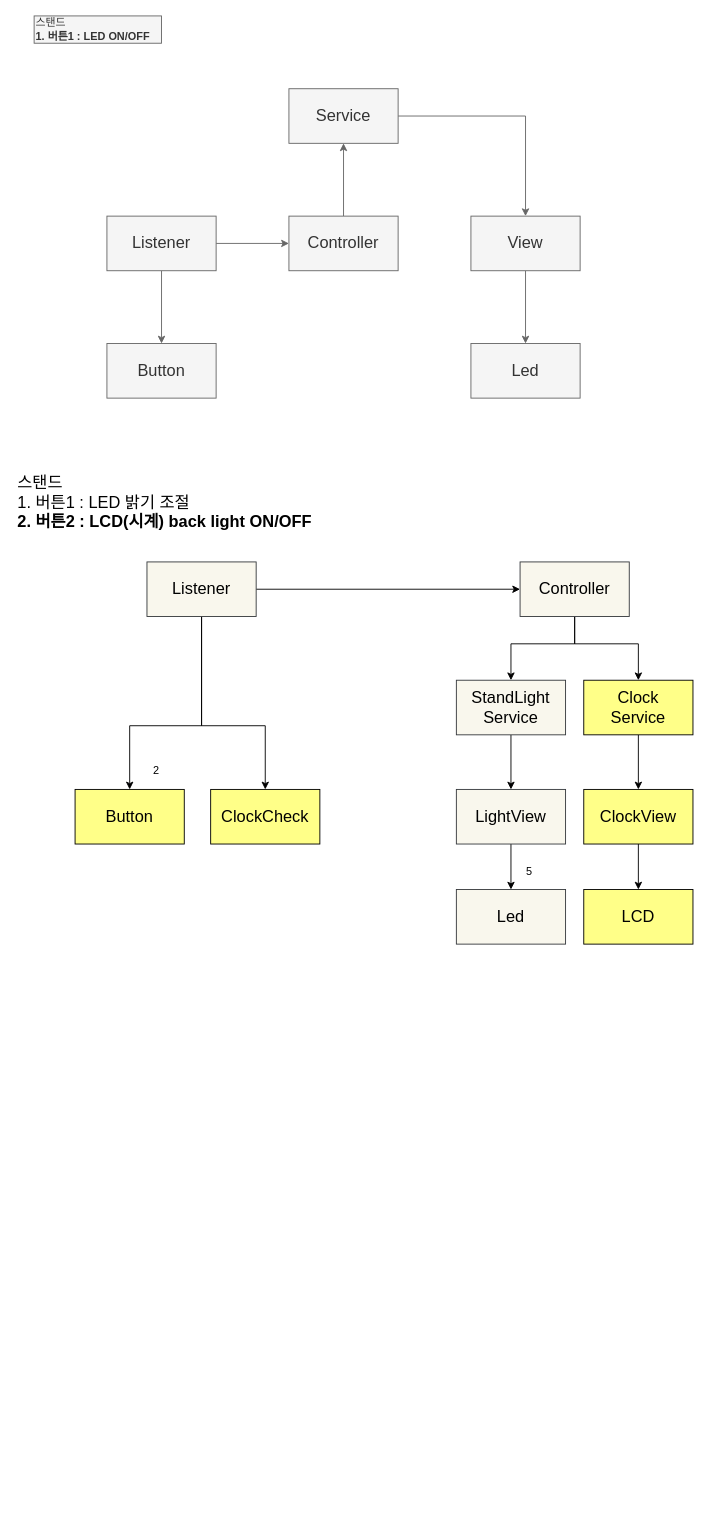
Above: page "페이지-1" (1 of 2) of sw_design/architecture.drawio in ena-log/StandLight_Clock (draw.io), before the change. Source tidied: cells renumbered, new cells numbered last; positions are measured from the earlier drawing's top-left corner, leaving out a move shared by most shapes. Both pictures are drawn from the tidied source at 91%, with x=0, y=0 at pixel (15, 15).
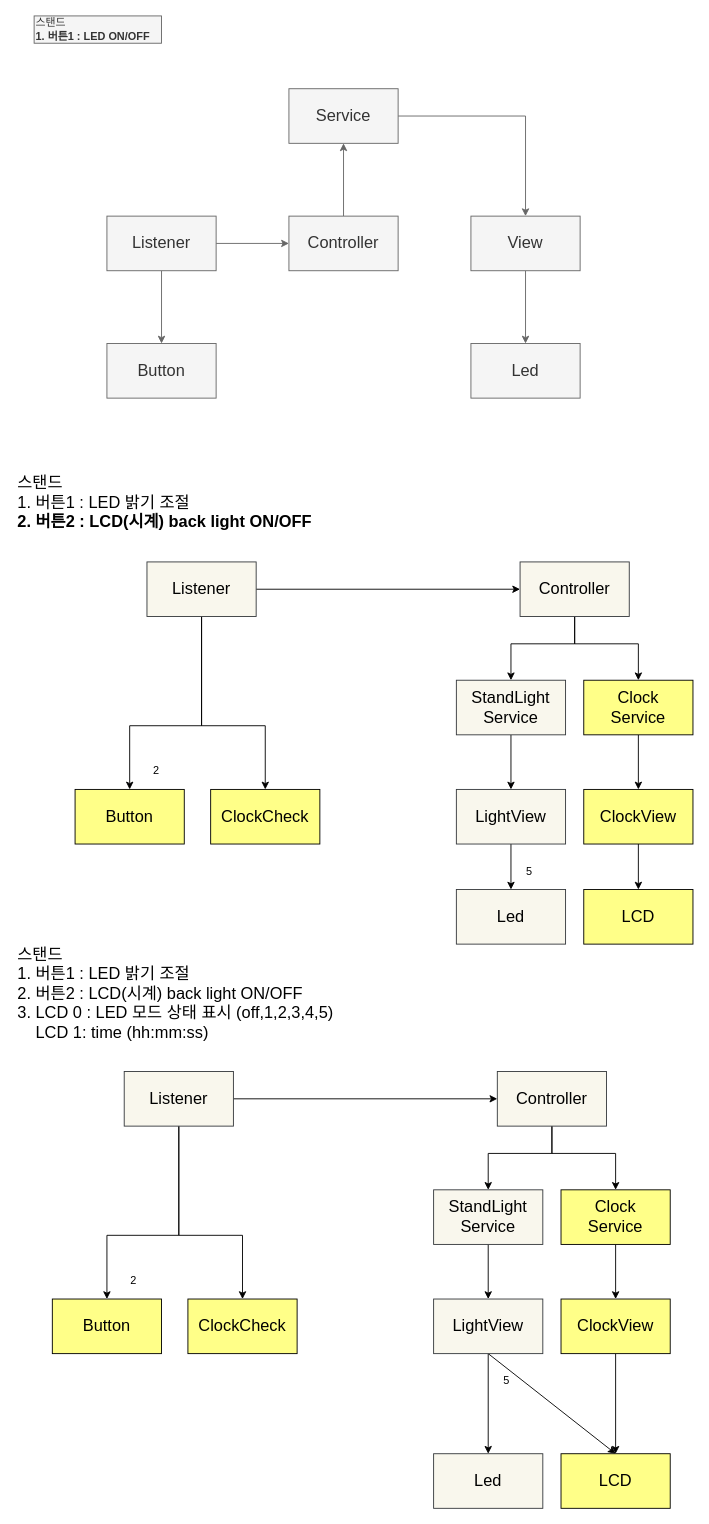
Above is the later version.

Diff of the diagram source:
```diff
@@
+    <mxCell id="36" value="Button" style="whiteSpace=wrap;html=1;fontSize=18;fillColor=#ffff88;strokeColor=#000000;fontColor=#000000;" parent="1" vertex="1">
+      <mxGeometry x="40" y="1410" width="120" height="60" as="geometry" />
+    </mxCell>
+    <mxCell id="37" style="edgeStyle=none;html=1;fontSize=18;entryX=0.5;entryY=0;entryDx=0;entryDy=0;rounded=0;fontColor=#000000;strokeColor=#000000;" parent="1" edge="1" source="40" target="36">
+      <mxGeometry relative="1" as="geometry">
+        <Array as="points">
+          <mxPoint x="179" y="1340" />
+          <mxPoint x="100" y="1340" />
+        </Array>
+      </mxGeometry>
+    </mxCell>
+    <mxCell id="38" style="edgeStyle=none;html=1;fontSize=18;strokeColor=#000000;" parent="1" edge="1" source="40" target="43">
+      <mxGeometry relative="1" as="geometry" />
+    </mxCell>
+    <mxCell id="39" style="edgeStyle=none;rounded=0;html=1;entryX=0.5;entryY=0;entryDx=0;entryDy=0;exitX=0.5;exitY=1;exitDx=0;exitDy=0;fontColor=#000000;strokeColor=#000000;" parent="1" edge="1" source="40" target="57">
+      <mxGeometry relative="1" as="geometry">
+        <Array as="points">
+          <mxPoint x="179" y="1340" />
+          <mxPoint x="249" y="1340" />
+        </Array>
+      </mxGeometry>
+    </mxCell>
+    <mxCell id="40" value="Listener" style="whiteSpace=wrap;html=1;fontSize=18;strokeColor=#36393d;fillColor=#f9f7ed;fontColor=#000000;" parent="1" vertex="1">
+      <mxGeometry x="119" y="1160" width="120" height="60" as="geometry" />
+    </mxCell>
+    <mxCell id="41" style="edgeStyle=none;html=1;entryX=0.5;entryY=0;entryDx=0;entryDy=0;rounded=0;strokeColor=#000000;" parent="1" edge="1" source="43" target="49">
+      <mxGeometry relative="1" as="geometry">
+        <Array as="points">
+          <mxPoint x="589" y="1250" />
+          <mxPoint x="519" y="1250" />
+        </Array>
+      </mxGeometry>
+    </mxCell>
+    <mxCell id="42" style="edgeStyle=none;rounded=0;html=1;entryX=0.5;entryY=0;entryDx=0;entryDy=0;strokeColor=#000000;" parent="1" edge="1" source="43" target="51">
+      <mxGeometry relative="1" as="geometry">
+        <Array as="points">
+          <mxPoint x="589" y="1250" />
+          <mxPoint x="659" y="1250" />
+        </Array>
+      </mxGeometry>
+    </mxCell>
+    <mxCell id="43" value="Controller" style="whiteSpace=wrap;html=1;fontSize=18;strokeColor=#36393d;fillColor=#f9f7ed;fontColor=#000000;" parent="1" vertex="1">
+      <mxGeometry x="529" y="1160" width="120" height="60" as="geometry" />
+    </mxCell>
+    <mxCell id="44" style="edgeStyle=none;html=1;fontSize=18;strokeColor=#000000;" parent="1" edge="1" source="46" target="47">
+      <mxGeometry relative="1" as="geometry" />
+    </mxCell>
+    <mxCell id="45" style="edgeStyle=none;html=1;exitX=0.5;exitY=1;exitDx=0;exitDy=0;entryX=0.5;entryY=0;entryDx=0;entryDy=0;strokeColor=#000000;" parent="1" edge="1" source="46" target="54">
+      <mxGeometry relative="1" as="geometry" />
+    </mxCell>
+    <mxCell id="46" value="LightView" style="whiteSpace=wrap;html=1;fontSize=18;strokeColor=#36393d;fillColor=#f9f7ed;fontColor=#000000;" parent="1" vertex="1">
+      <mxGeometry x="459" y="1410" width="120" height="60" as="geometry" />
+    </mxCell>
+    <mxCell id="47" value="Led" style="whiteSpace=wrap;html=1;fontSize=18;strokeColor=#36393d;fillColor=#f9f7ed;fontColor=#000000;" parent="1" vertex="1">
+      <mxGeometry x="459" y="1580" width="120" height="60" as="geometry" />
+    </mxCell>
+    <mxCell id="48" style="edgeStyle=none;html=1;strokeColor=#000000;" parent="1" edge="1" source="49" target="46">
+      <mxGeometry relative="1" as="geometry" />
+    </mxCell>
+    <mxCell id="49" value="StandLight&lt;br&gt;Service" style="whiteSpace=wrap;html=1;fontSize=18;strokeColor=#36393d;fillColor=#f9f7ed;fontColor=#000000;" parent="1" vertex="1">
+      <mxGeometry x="459" y="1290" width="120" height="60" as="geometry" />
+    </mxCell>
+    <mxCell id="50" style="edgeStyle=none;html=1;strokeColor=#000000;" parent="1" edge="1" source="51" target="53">
+      <mxGeometry relative="1" as="geometry" />
+    </mxCell>
+    <mxCell id="51" value="Clock&lt;br&gt;Service" style="whiteSpace=wrap;html=1;fontSize=18;fillColor=#ffff88;strokeColor=#000000;fontColor=#000000;" parent="1" vertex="1">
+      <mxGeometry x="599" y="1290" width="120" height="60" as="geometry" />
+    </mxCell>
+    <mxCell id="52" style="edgeStyle=none;html=1;strokeColor=#000000;" parent="1" edge="1" source="53" target="54">
+      <mxGeometry relative="1" as="geometry" />
+    </mxCell>
+    <mxCell id="53" value="ClockView" style="whiteSpace=wrap;html=1;fontSize=18;fillColor=#ffff88;strokeColor=#000000;fontColor=#000000;" parent="1" vertex="1">
+      <mxGeometry x="599" y="1410" width="120" height="60" as="geometry" />
+    </mxCell>
+    <mxCell id="54" value="LCD" style="whiteSpace=wrap;html=1;fontSize=18;fillColor=#ffff88;strokeColor=#000000;fontColor=#000000;" parent="1" vertex="1">
+      <mxGeometry x="599" y="1580" width="120" height="60" as="geometry" />
+    </mxCell>
+    <mxCell id="55" value="5" style="text;html=1;align=center;verticalAlign=middle;fillColor=none;rounded=0;fontColor=#000000;" parent="1" vertex="1">
+      <mxGeometry x="529" y="1490" width="20" height="20" as="geometry" />
+    </mxCell>
+    <mxCell id="56" value="2" style="text;html=1;align=center;verticalAlign=middle;fillColor=none;rounded=0;fontColor=#000000;" parent="1" vertex="1">
+      <mxGeometry x="119" y="1380" width="20" height="20" as="geometry" />
+    </mxCell>
+    <mxCell id="57" value="ClockCheck" style="whiteSpace=wrap;html=1;fontSize=18;fillColor=#ffff88;strokeColor=#000000;fontColor=#000000;" parent="1" vertex="1">
+      <mxGeometry x="189" y="1410" width="120" height="60" as="geometry" />
+    </mxCell>
+    <mxCell id="58" value="&lt;font style=&quot;font-size: 18px&quot;&gt;스탠드&lt;br&gt;1. 버튼1 : LED 밝기 조절&lt;br&gt;2. 버튼2 : LCD(시계) back light ON/OFF&lt;br&gt;3. LCD 0 : LED 모드 상태 표시 (off,1,2,3,4,5)&lt;br&gt;&amp;nbsp; &amp;nbsp; LCD 1: time (hh:mm:ss)&lt;br&gt;&lt;/font&gt;" style="text;html=1;align=left;verticalAlign=middle;fillColor=none;strokeColor=none;rounded=0;fontColor=#000000;" parent="1" vertex="1">
+      <mxGeometry y="1030" width="370" height="90" as="geometry" />
+    </mxCell>
```
